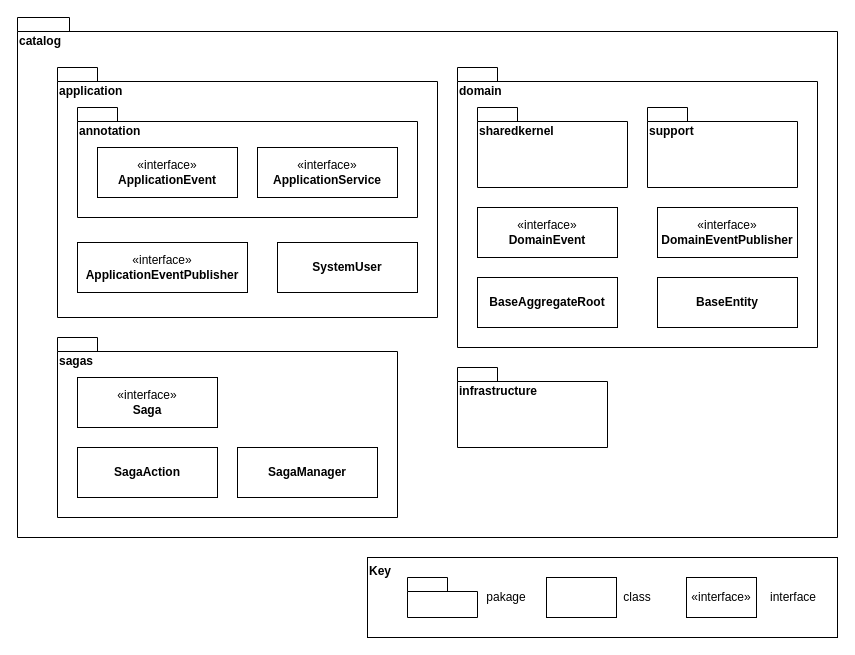
sunggooni/SW_Architect keeps this draw.io diagram as page "Q1" (1 of 2) of SW Architect A2.drawio. Above is the earlier version. Source tidied: cells renumbered, new cells numbered last; positions are measured from the earlier drawing's top-left corner, leaving out a move shared by most shapes. Both pictures are drawn from the tidied source at 100%, with x=0, y=0 at pixel (17, 17).
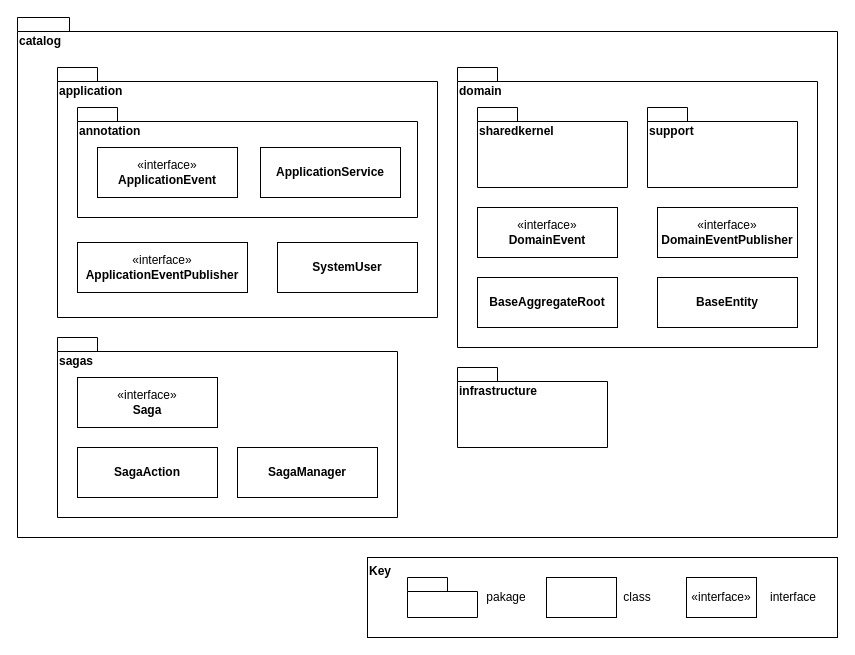
Above is the later version.

The change refers to these unchanged cells:
```xml
<mxCell id="3" style="group;" parent="1" vertex="1">
  <mxGeometry x="40" y="50" width="380" height="250" as="geometry" />
</mxCell>
```

The edit, as a diff of the source:
```diff
@@
-    <mxCell id="8" value="«interface»&lt;br&gt;&lt;b class=&quot;fr-fix-d86f9b94&quot;&gt;ApplicationService&lt;/b&gt;" style="html=1;whiteSpace=wrap;" parent="3" vertex="1">
-      <mxGeometry x="200" y="80" width="140" height="50" as="geometry" />
-    </mxCell>
@@
+    <mxCell id="31" value="&lt;p style=&quot;margin:0px;margin-top:4px;text-align:center;&quot;&gt;&lt;br&gt;&lt;span style=&quot;-webkit-text-stroke: 0px rgba(0, 0, 0, 0);&quot;&gt;&lt;b class=&quot;fr-fix-d86f9b94&quot;&gt;ApplicationService&lt;/b&gt;&lt;/span&gt;&lt;/p&gt;" style="verticalAlign=top;align=left;overflow=fill;fontSize=12;fontFamily=Helvetica;html=1;whiteSpace=wrap;" parent="3" vertex="1">
+      <mxGeometry x="203" y="80" width="140" height="50" as="geometry" />
+    </mxCell>
```
